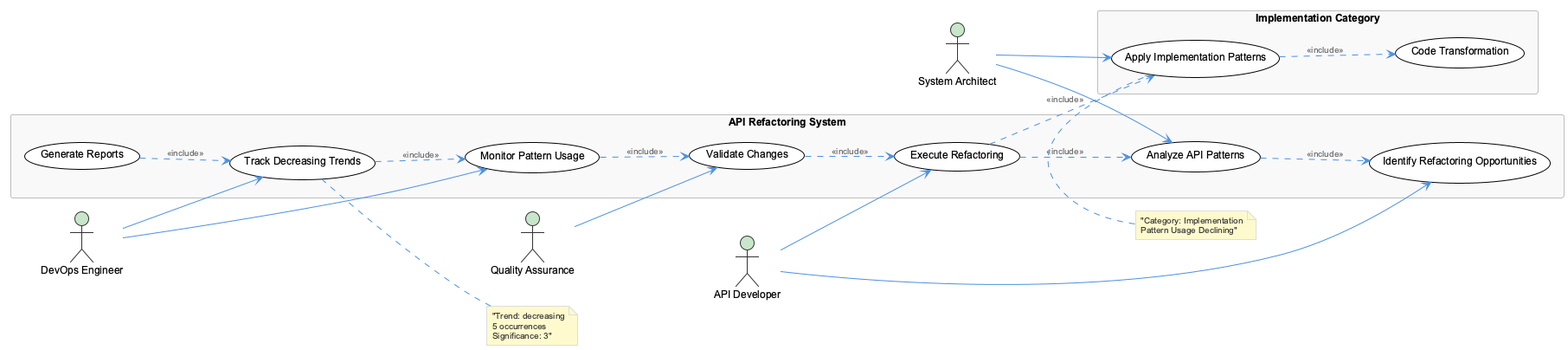
Earlier version of the PlantUML export knowledge-management/insights/images/api-refactoring-pattern-use-cases.png (fwornle/coding). Source of this version:
```plantuml
@startuml
!include /Users/q284340/Agentic/coding/docs/puml/_standard-style.puml

left to right direction

actor "API Developer" as dev
actor "System Architect" as architect
actor "Quality Assurance" as qa
actor "DevOps Engineer" as devops

rectangle "API Refactoring System" {
  usecase "Identify Refactoring Opportunities" as identify
  usecase "Analyze API Patterns" as analyze
  usecase "Execute Refactoring" as execute
  usecase "Validate Changes" as validate
  usecase "Monitor Pattern Usage" as monitor
  usecase "Track Decreasing Trends" as track
  usecase "Generate Reports" as report
}

rectangle "Implementation Category" {
  usecase "Apply Implementation Patterns" as implement
  usecase "Code Transformation" as transform
}

dev --> identify
dev --> execute
architect --> analyze
architect --> implement
qa --> validate
devops --> monitor
devops --> track

analyze ..> identify : <<include>>
execute ..> analyze : <<include>>
validate ..> execute : <<include>>
monitor ..> validate : <<include>>
track ..> monitor : <<include>>
report ..> track : <<include>>

implement ..> transform : <<include>>
execute ..> implement : <<include>>

note right of track : "Trend: decreasing\n5 occurrences\nSignificance: 3"
note top of implement : "Category: Implementation\nPattern Usage Declining"

@enduml
```
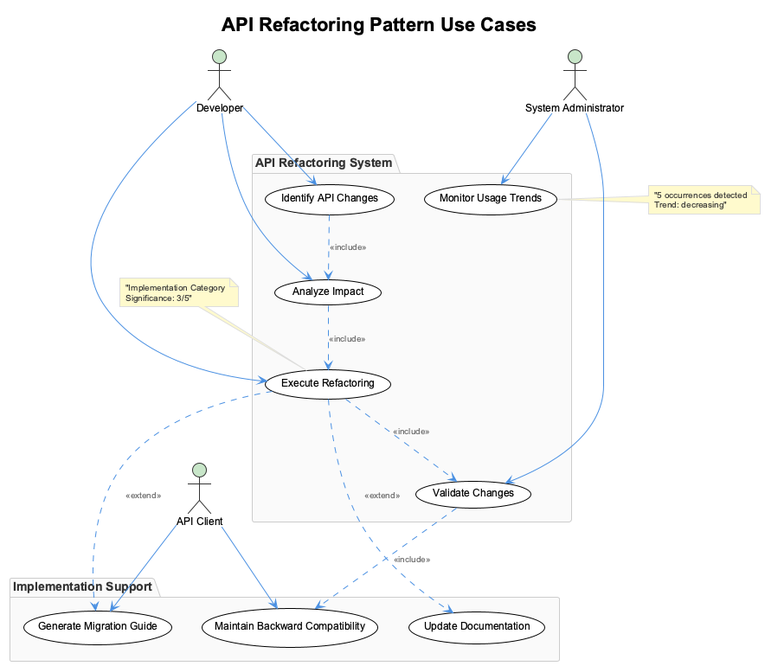
The same file after the commit.

Change to the diagram source:
```diff
@@ -1,47 +1,43 @@
 @startuml
 !include /Users/q284340/Agentic/coding/docs/puml/_standard-style.puml
 
-left to right direction
+title API Refactoring Pattern Use Cases
 
-actor "API Developer" as dev
-actor "System Architect" as architect
-actor "Quality Assurance" as qa
-actor "DevOps Engineer" as devops
+actor "Developer" as dev
+actor "API Client" as client
+actor "System Administrator" as admin
 
-rectangle "API Refactoring System" {
-  usecase "Identify Refactoring Opportunities" as identify
-  usecase "Analyze API Patterns" as analyze
-  usecase "Execute Refactoring" as execute
-  usecase "Validate Changes" as validate
-  usecase "Monitor Pattern Usage" as monitor
-  usecase "Track Decreasing Trends" as track
-  usecase "Generate Reports" as report
+package "API Refactoring System" {
+    usecase "Identify API Changes" as identify
+    usecase "Analyze Impact" as analyze
+    usecase "Execute Refactoring" as execute
+    usecase "Validate Changes" as validate
+    usecase "Monitor Usage Trends" as monitor
 }
 
-rectangle "Implementation Category" {
-  usecase "Apply Implementation Patterns" as implement
-  usecase "Code Transformation" as transform
+package "Implementation Support" {
+    usecase "Generate Migration Guide" as migrate
+    usecase "Update Documentation" as docs
+    usecase "Maintain Backward Compatibility" as compat
 }
 
 dev --> identify
+dev --> analyze
 dev --> execute
-architect --> analyze
-architect --> implement
-qa --> validate
-devops --> monitor
-devops --> track
+admin --> monitor
+admin --> validate
 
-analyze ..> identify : <<include>>
-execute ..> analyze : <<include>>
-validate ..> execute : <<include>>
-monitor ..> validate : <<include>>
-track ..> monitor : <<include>>
-report ..> track : <<include>>
+client --> compat
+client --> migrate
 
-implement ..> transform : <<include>>
-execute ..> implement : <<include>>
+identify ..> analyze : <<include>>
+analyze ..> execute : <<include>>
+execute ..> validate : <<include>>
+execute ..> migrate : <<extend>>
+execute ..> docs : <<extend>>
+validate ..> compat : <<include>>
 
-note right of track : "Trend: decreasing\n5 occurrences\nSignificance: 3"
-note top of implement : "Category: Implementation\nPattern Usage Declining"
+note right of monitor : "5 occurrences detected\nTrend: decreasing"
+note top of execute : "Implementation Category\nSignificance: 3/5"
 
 @enduml
```
